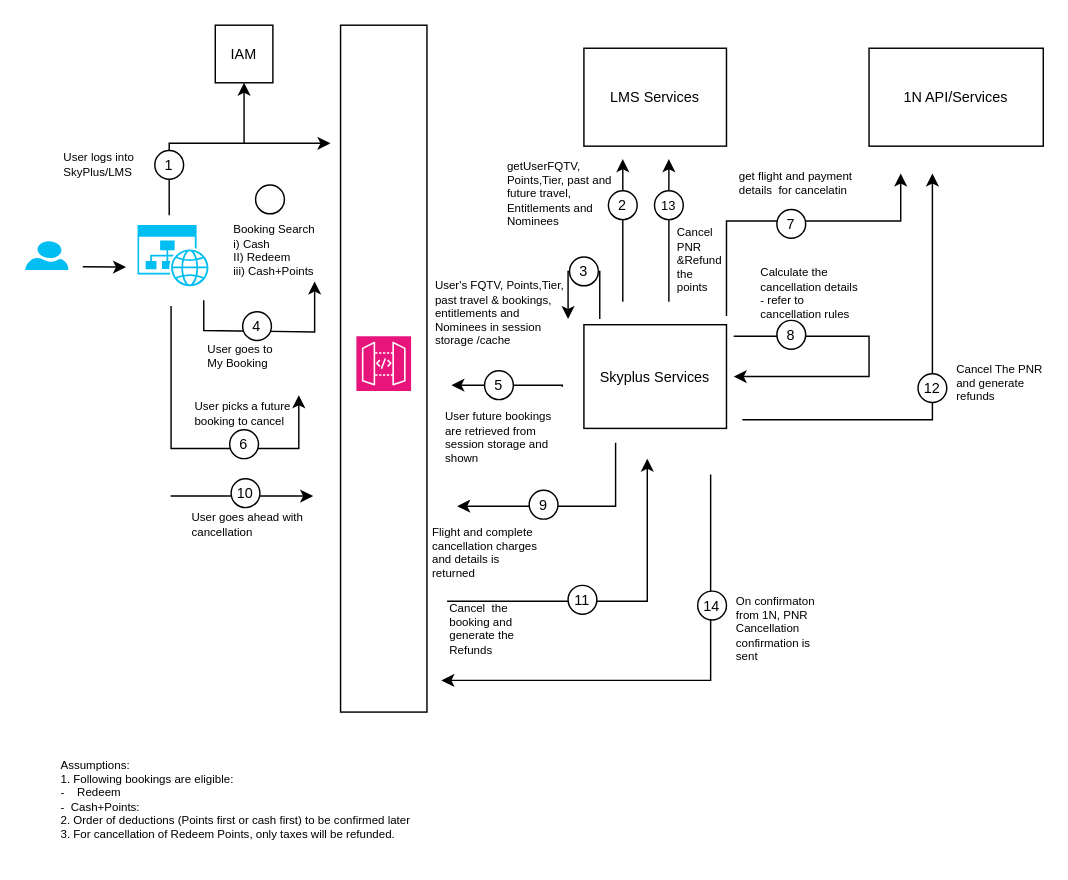
nchauhan4/drawings keeps this draw.io diagram as page "RedeemPoints_CashPoints" (1 of 2) of Cancellations Cash Plus Points LM Data Flow.drawio. Above is the earlier version. Source tidied: cells renumbered, new cells numbered last; positions are measured from the earlier drawing's top-left corner, leaving out a move shared by most shapes. Both pictures are drawn from the tidied source at 144%, with x=0, y=0 at pixel (24, 24).
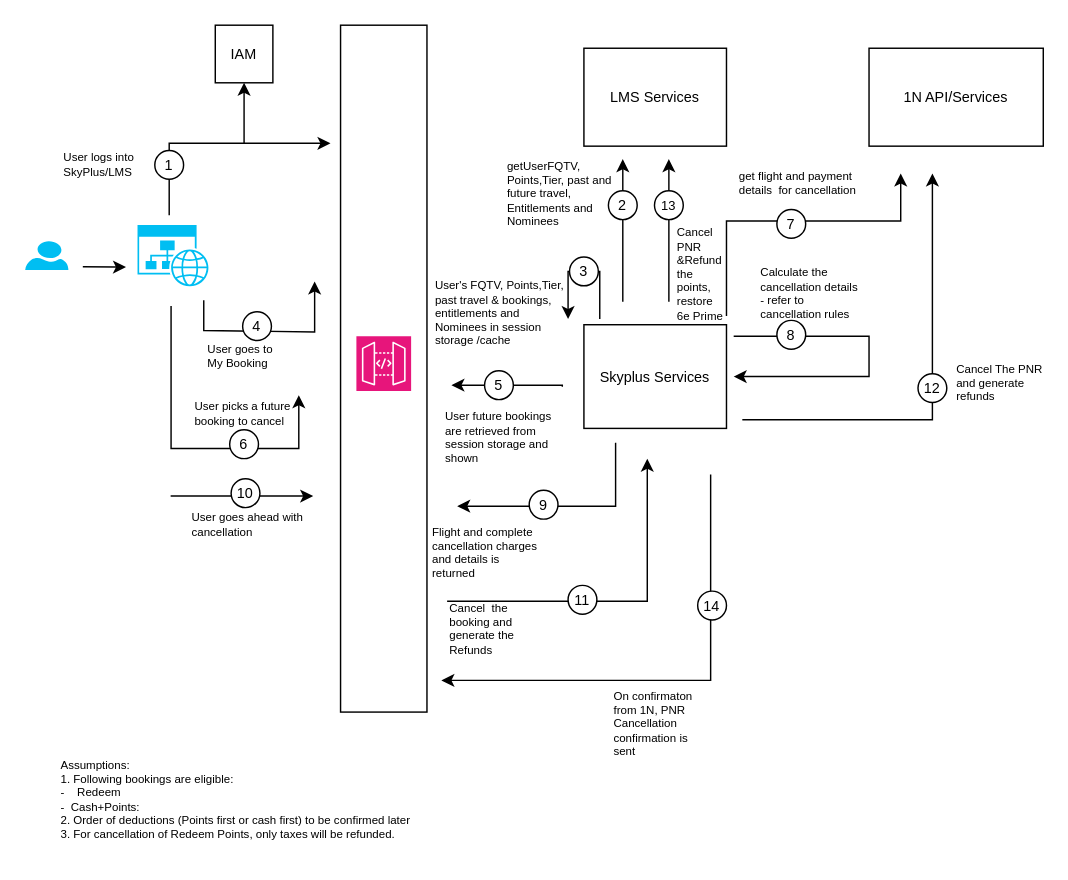
The same page after the edit.

What changed in the source:
```diff
@@
-    <mxCell id="8" value="Booking Search&lt;br&gt;i) Cash&lt;br&gt;II) Redeem&lt;br&gt;iii) Cash+Points" style="text;html=1;strokeColor=none;fillColor=none;align=left;verticalAlign=top;whiteSpace=wrap;rounded=0;fontSize=8;" parent="1" vertex="1">
-      <mxGeometry x="142.5" y="131" width="58.5" height="47" as="geometry" />
-    </mxCell>
@@
-    <mxCell id="11" style="ellipse;whiteSpace=wrap;html=1;" parent="1" vertex="1">
-      <mxGeometry x="160" y="111" width="20" height="20" as="geometry" />
-    </mxCell>
@@
-    <mxCell id="15" style="endArrow=classic;html=1;rounded=0;entryX=1;entryY=1;entryDx=0;entryDy=0;" parent="1" edge="1" target="8">
+    <mxCell id="15" style="endArrow=classic;html=1;rounded=0;entryX=1;entryY=1;entryDx=0;entryDy=0;" parent="1" edge="1">
       <mxGeometry relative="1" as="geometry">
         <mxPoint x="124" y="191" as="sourcePoint" />
+        <mxPoint x="201" y="178" as="targetPoint" />
         <Array as="points">
           <mxPoint x="124" y="212" />
           <mxPoint x="201" y="213" />
         </Array>
       </mxGeometry>
     </mxCell>
@@
     <mxCell id="41" value="On confirmaton from 1N, PNR Cancellation confirmation is sent" style="text;html=1;strokeColor=none;fillColor=none;align=left;verticalAlign=top;whiteSpace=wrap;rounded=0;fontSize=8;" parent="1" vertex="1">
-      <mxGeometry x="492" y="389" width="61" height="58" as="geometry" />
+      <mxGeometry x="407" y="455" width="61" height="58" as="geometry" />
     </mxCell>
@@
-    <mxCell id="47" value="get flight and payment details&amp;nbsp; for cancelatin" style="text;html=1;strokeColor=none;fillColor=none;align=left;verticalAlign=top;whiteSpace=wrap;rounded=0;fontSize=8;" parent="1" vertex="1">
+    <mxCell id="47" value="get flight and payment details&amp;nbsp; for cancellation" style="text;html=1;strokeColor=none;fillColor=none;align=left;verticalAlign=top;whiteSpace=wrap;rounded=0;fontSize=8;" parent="1" vertex="1">
       <mxGeometry x="493.5" y="94" width="87.4" height="33" as="geometry" />
     </mxCell>
@@
-    <mxCell id="69" value="Cancel PNR &amp;amp;Refund the points" style="text;html=1;strokeColor=none;fillColor=none;align=left;verticalAlign=top;whiteSpace=wrap;rounded=0;fontSize=8;" parent="1" vertex="1">
-      <mxGeometry x="450.5" y="132.8" width="25.5" height="38" as="geometry" />
+    <mxCell id="69" value="Cancel PNR &amp;amp;Refund the points, restore 6e Prime" style="text;html=1;strokeColor=none;fillColor=none;align=left;verticalAlign=top;whiteSpace=wrap;rounded=0;fontSize=8;" parent="1" vertex="1">
+      <mxGeometry x="450.5" y="132.8" width="36.5" height="25.2" as="geometry" />
     </mxCell>
```
